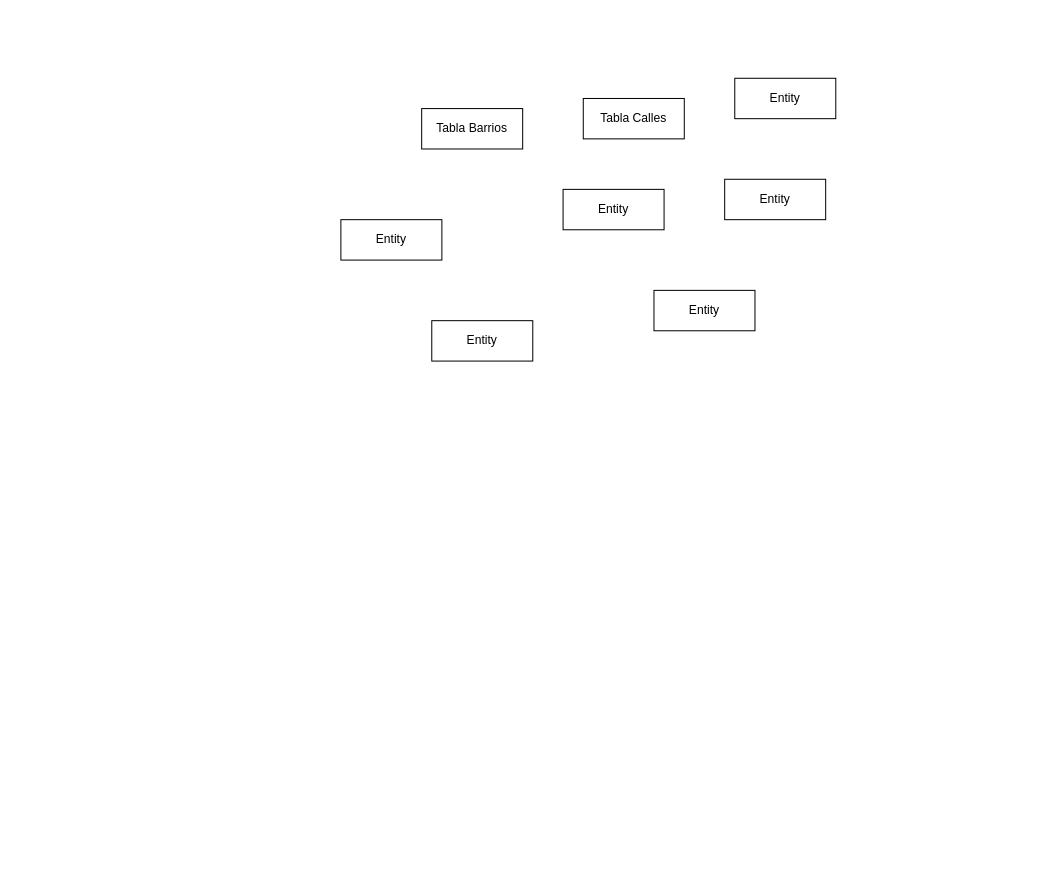
Before: diseno_entidad_relacion.drawio in hollyredfield/dam1, a draw.io diagram. Source tidied: cells renumbered, new cells numbered last; positions are measured from the earlier drawing's top-left corner, leaving out a move shared by most shapes. Both pictures are drawn from the tidied source at 101%, with x=0, y=0 at pixel (340, 78).
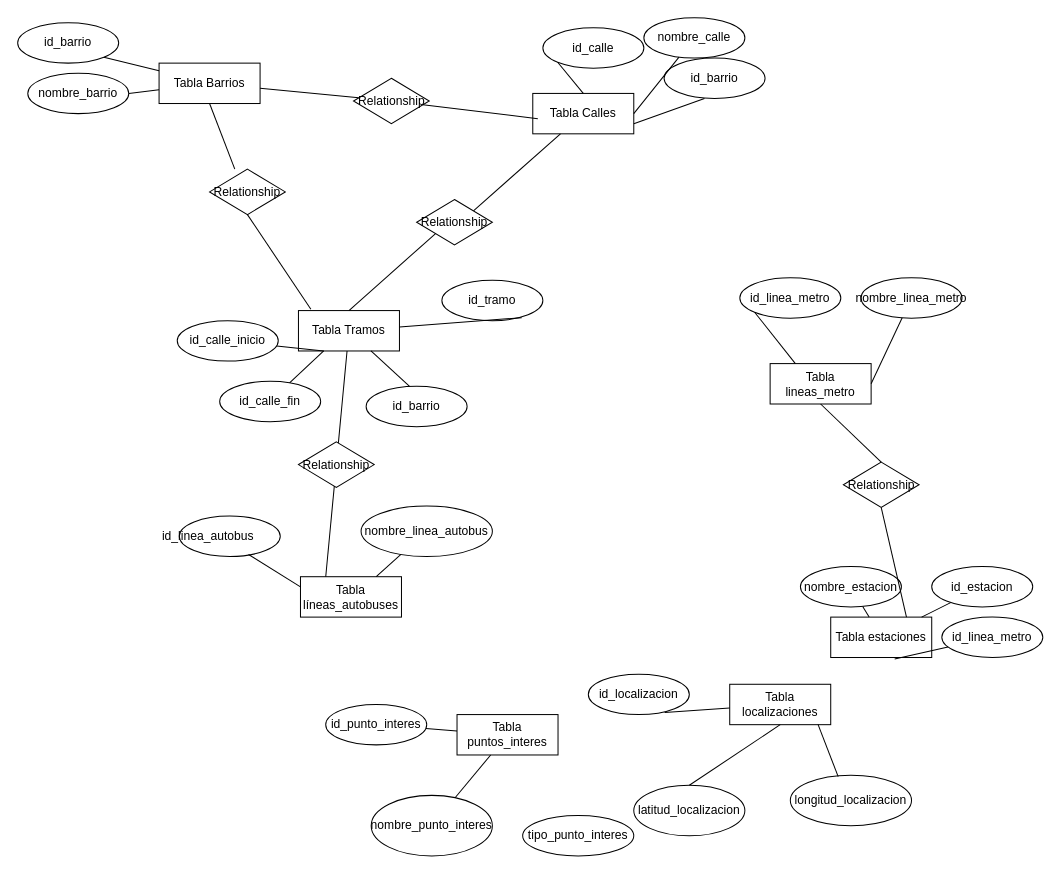
After the change.

Change to the diagram source:
```diff
@@
     <mxCell id="2" value="Tabla Barrios" style="whiteSpace=wrap;html=1;align=center;" parent="1" vertex="1">
-      <mxGeometry x="80" y="30" width="100" height="40" as="geometry" />
+      <mxGeometry x="-180" y="-15" width="100" height="40" as="geometry" />
     </mxCell>
     <mxCell id="3" value="Tabla Calles" style="whiteSpace=wrap;html=1;align=center;" parent="1" vertex="1">
-      <mxGeometry x="240" y="20" width="100" height="40" as="geometry" />
+      <mxGeometry x="190" y="15" width="100" height="40" as="geometry" />
     </mxCell>
-    <mxCell id="4" value="Entity" style="whiteSpace=wrap;html=1;align=center;" parent="1" vertex="1">
-      <mxGeometry x="380" y="100" width="100" height="40" as="geometry" />
+    <mxCell id="4" value="Tabla estaciones" style="whiteSpace=wrap;html=1;align=center;" parent="1" vertex="1">
+      <mxGeometry x="485" y="533.5" width="100" height="40" as="geometry" />
     </mxCell>
-    <mxCell id="5" value="Entity" style="whiteSpace=wrap;html=1;align=center;" parent="1" vertex="1">
-      <mxGeometry x="220" y="110" width="100" height="40" as="geometry" />
+    <mxCell id="5" value="Tabla lineas_metro" style="whiteSpace=wrap;html=1;align=center;" parent="1" vertex="1">
+      <mxGeometry x="425" y="282.5" width="100" height="40" as="geometry" />
     </mxCell>
-    <mxCell id="6" value="Entity" style="whiteSpace=wrap;html=1;align=center;" parent="1" vertex="1">
-      <mxGeometry y="140" width="100" height="40" as="geometry" />
+    <mxCell id="6" value="Tabla líneas_autobuses" style="whiteSpace=wrap;html=1;align=center;" parent="1" vertex="1">
+      <mxGeometry x="-40" y="493.5" width="100" height="40" as="geometry" />
     </mxCell>
-    <mxCell id="7" value="Entity" style="whiteSpace=wrap;html=1;align=center;" parent="1" vertex="1">
-      <mxGeometry x="90" y="240" width="100" height="40" as="geometry" />
+    <mxCell id="7" value="Tabla puntos_interes" style="whiteSpace=wrap;html=1;align=center;" parent="1" vertex="1">
+      <mxGeometry x="115" y="630" width="100" height="40" as="geometry" />
     </mxCell>
-    <mxCell id="8" value="Entity" style="whiteSpace=wrap;html=1;align=center;" parent="1" vertex="1">
-      <mxGeometry x="310" y="210" width="100" height="40" as="geometry" />
+    <mxCell id="8" value="Tabla localizaciones" style="whiteSpace=wrap;html=1;align=center;" parent="1" vertex="1">
+      <mxGeometry x="385" y="600" width="100" height="40" as="geometry" />
     </mxCell>
-    <mxCell id="9" value="Entity" style="whiteSpace=wrap;html=1;align=center;" parent="1" vertex="1">
-      <mxGeometry x="390" width="100" height="40" as="geometry" />
+    <mxCell id="9" value="Tabla Tramos" style="whiteSpace=wrap;html=1;align=center;" parent="1" vertex="1">
+      <mxGeometry x="-42" y="230" width="100" height="40" as="geometry" />
     </mxCell>
+    <mxCell id="10" value="id_barrio" style="ellipse;whiteSpace=wrap;html=1;align=center;" parent="1" vertex="1">
+      <mxGeometry x="-320" y="-55" width="100" height="40" as="geometry" />
+    </mxCell>
+    <mxCell id="11" value="nombre_barrio" style="ellipse;whiteSpace=wrap;html=1;align=center;" parent="1" vertex="1">
+      <mxGeometry x="-310" y="-5" width="100" height="40" as="geometry" />
+    </mxCell>
+    <mxCell id="12" value="id_calle" style="ellipse;whiteSpace=wrap;html=1;align=center;" parent="1" vertex="1">
+      <mxGeometry x="200" y="-50" width="100" height="40" as="geometry" />
+    </mxCell>
+    <mxCell id="13" value="nombre_calle" style="ellipse;whiteSpace=wrap;html=1;align=center;" parent="1" vertex="1">
+      <mxGeometry x="300" y="-60" width="100" height="40" as="geometry" />
+    </mxCell>
+    <mxCell id="14" value="id_barrio" style="ellipse;whiteSpace=wrap;html=1;align=center;" parent="1" vertex="1">
+      <mxGeometry x="320" y="-20" width="100" height="40" as="geometry" />
+    </mxCell>
+    <mxCell id="15" value="id_tramo" style="ellipse;whiteSpace=wrap;html=1;align=center;" parent="1" vertex="1">
+      <mxGeometry x="100" y="200" width="100" height="40" as="geometry" />
+    </mxCell>
+    <mxCell id="16" value="id_barrio" style="ellipse;whiteSpace=wrap;html=1;align=center;" parent="1" vertex="1">
+      <mxGeometry x="25" y="305" width="100" height="40" as="geometry" />
+    </mxCell>
+    <mxCell id="17" value="id_calle_fin" style="ellipse;whiteSpace=wrap;html=1;align=center;" parent="1" vertex="1">
+      <mxGeometry x="-120" y="300" width="100" height="40" as="geometry" />
+    </mxCell>
+    <mxCell id="18" value="id_calle_inicio" style="ellipse;whiteSpace=wrap;html=1;align=center;" parent="1" vertex="1">
+      <mxGeometry x="-162" y="240" width="100" height="40" as="geometry" />
+    </mxCell>
+    <mxCell id="19" value="id_linea_autobus&lt;span style=&quot;white-space: pre;&quot;&gt;&#9;&lt;/span&gt;&lt;span style=&quot;white-space: pre;&quot;&gt;&#9;&lt;/span&gt;" style="ellipse;whiteSpace=wrap;html=1;align=center;" parent="1" vertex="1">
+      <mxGeometry x="-160" y="433.5" width="100" height="40" as="geometry" />
+    </mxCell>
+    <mxCell id="20" value="nombre_linea_autobus" style="ellipse;whiteSpace=wrap;html=1;align=center;" parent="1" vertex="1">
+      <mxGeometry x="20" y="423.5" width="130" height="50" as="geometry" />
+    </mxCell>
+    <mxCell id="21" value="id_linea_metro" style="ellipse;whiteSpace=wrap;html=1;align=center;" parent="1" vertex="1">
+      <mxGeometry x="395" y="197.5" width="100" height="40" as="geometry" />
+    </mxCell>
+    <mxCell id="22" value="nombre_linea_metro" style="ellipse;whiteSpace=wrap;html=1;align=center;" parent="1" vertex="1">
+      <mxGeometry x="515" y="197.5" width="100" height="40" as="geometry" />
+    </mxCell>
+    <mxCell id="23" value="nombre_estacion" style="ellipse;whiteSpace=wrap;html=1;align=center;" parent="1" vertex="1">
+      <mxGeometry x="455" y="483.5" width="100" height="40" as="geometry" />
+    </mxCell>
+    <mxCell id="24" value="id_estacion" style="ellipse;whiteSpace=wrap;html=1;align=center;" parent="1" vertex="1">
+      <mxGeometry x="585" y="483.5" width="100" height="40" as="geometry" />
+    </mxCell>
+    <mxCell id="25" value="id_linea_metro" style="ellipse;whiteSpace=wrap;html=1;align=center;" parent="1" vertex="1">
+      <mxGeometry x="595" y="533.5" width="100" height="40" as="geometry" />
+    </mxCell>
+    <mxCell id="26" value="nombre_punto_interes" style="ellipse;whiteSpace=wrap;html=1;align=center;" parent="1" vertex="1">
+      <mxGeometry x="30" y="710" width="120" height="60" as="geometry" />
+    </mxCell>
+    <mxCell id="27" value="id_punto_interes" style="ellipse;whiteSpace=wrap;html=1;align=center;" parent="1" vertex="1">
+      <mxGeometry x="-15" y="620" width="100" height="40" as="geometry" />
+    </mxCell>
+    <mxCell id="28" value="tipo_punto_interes" style="ellipse;whiteSpace=wrap;html=1;align=center;" parent="1" vertex="1">
+      <mxGeometry x="180" y="730" width="110" height="40" as="geometry" />
+    </mxCell>
+    <mxCell id="29" value="latitud_localizacion" style="ellipse;whiteSpace=wrap;html=1;align=center;" parent="1" vertex="1">
+      <mxGeometry x="290" y="700" width="110" height="50" as="geometry" />
+    </mxCell>
+    <mxCell id="30" value="longitud_localizacion" style="ellipse;whiteSpace=wrap;html=1;align=center;" parent="1" vertex="1">
+      <mxGeometry x="445" y="690" width="120" height="50" as="geometry" />
+    </mxCell>
+    <mxCell id="31" value="id_localizacion" style="ellipse;whiteSpace=wrap;html=1;align=center;" parent="1" vertex="1">
+      <mxGeometry x="245" y="590" width="100" height="40" as="geometry" />
+    </mxCell>
+    <mxCell id="32" style="endArrow=none;html=1;rounded=0;exitX=1;exitY=1;exitDx=0;exitDy=0;" parent="1" edge="1" source="10" target="2">
+      <mxGeometry relative="1" as="geometry" />
+    </mxCell>
+    <mxCell id="33" style="endArrow=none;html=1;rounded=0;exitX=1;exitY=0.5;exitDx=0;exitDy=0;" parent="1" edge="1" source="11" target="2">
+      <mxGeometry relative="1" as="geometry" />
+    </mxCell>
+    <mxCell id="34" style="endArrow=none;html=1;rounded=0;exitX=0;exitY=1;exitDx=0;exitDy=0;entryX=0.5;entryY=0;entryDx=0;entryDy=0;" parent="1" edge="1" source="12" target="3">
+      <mxGeometry relative="1" as="geometry" />
+    </mxCell>
+    <mxCell id="35" style="endArrow=none;html=1;rounded=0;entryX=1;entryY=0.5;entryDx=0;entryDy=0;" parent="1" edge="1" source="13" target="3">
+      <mxGeometry relative="1" as="geometry" />
+    </mxCell>
+    <mxCell id="36" style="endArrow=none;html=1;rounded=0;entryX=1;entryY=0.75;entryDx=0;entryDy=0;exitX=0.4;exitY=1;exitDx=0;exitDy=0;exitPerimeter=0;" parent="1" edge="1" source="14" target="3">
+      <mxGeometry relative="1" as="geometry" />
+    </mxCell>
+    <mxCell id="37" style="endArrow=none;html=1;rounded=0;exitX=0.25;exitY=1;exitDx=0;exitDy=0;" parent="1" edge="1" source="9" target="18">
+      <mxGeometry relative="1" as="geometry" />
+    </mxCell>
+    <mxCell id="38" style="endArrow=none;html=1;rounded=0;exitX=0.25;exitY=1;exitDx=0;exitDy=0;" parent="1" edge="1" source="9" target="17">
+      <mxGeometry relative="1" as="geometry" />
+    </mxCell>
+    <mxCell id="39" style="endArrow=none;html=1;rounded=0;exitX=0.43;exitY=0;exitDx=0;exitDy=0;exitPerimeter=0;" parent="1" edge="1" source="16" target="9">
+      <mxGeometry relative="1" as="geometry" />
+    </mxCell>
+    <mxCell id="40" style="endArrow=none;html=1;rounded=0;entryX=0.79;entryY=0.925;entryDx=0;entryDy=0;entryPerimeter=0;" parent="1" edge="1" source="9" target="15">
+      <mxGeometry relative="1" as="geometry" />
+    </mxCell>
+    <mxCell id="41" style="endArrow=none;html=1;rounded=0;exitX=0.686;exitY=0.949;exitDx=0;exitDy=0;exitPerimeter=0;entryX=0;entryY=0.25;entryDx=0;entryDy=0;" parent="1" edge="1" source="19" target="6">
+      <mxGeometry relative="1" as="geometry" />
+    </mxCell>
+    <mxCell id="42" style="endArrow=none;html=1;rounded=0;entryX=0.75;entryY=0;entryDx=0;entryDy=0;" parent="1" edge="1" source="20" target="6">
+      <mxGeometry relative="1" as="geometry" />
+    </mxCell>
+    <mxCell id="43" style="endArrow=none;html=1;rounded=0;exitX=0;exitY=1;exitDx=0;exitDy=0;entryX=0.25;entryY=0;entryDx=0;entryDy=0;" parent="1" edge="1" source="21" target="5">
+      <mxGeometry relative="1" as="geometry" />
+    </mxCell>
+    <mxCell id="44" style="endArrow=none;html=1;rounded=0;entryX=1;entryY=0.5;entryDx=0;entryDy=0;" parent="1" edge="1" source="22" target="5">
+      <mxGeometry relative="1" as="geometry" />
+    </mxCell>
+    <mxCell id="45" style="endArrow=none;html=1;rounded=0;" parent="1" edge="1" source="23" target="4">
+      <mxGeometry relative="1" as="geometry" />
+    </mxCell>
+    <mxCell id="46" style="endArrow=none;html=1;rounded=0;" parent="1" edge="1" source="24" target="4">
+      <mxGeometry relative="1" as="geometry" />
+    </mxCell>
+    <mxCell id="47" style="endArrow=none;html=1;rounded=0;entryX=0.633;entryY=1.037;entryDx=0;entryDy=0;entryPerimeter=0;" parent="1" edge="1" source="25" target="4">
+      <mxGeometry relative="1" as="geometry" />
+    </mxCell>
+    <mxCell id="48" style="endArrow=none;html=1;rounded=0;" parent="1" edge="1" source="7" target="27">
+      <mxGeometry relative="1" as="geometry" />
+    </mxCell>
+    <mxCell id="49" style="endArrow=none;html=1;rounded=0;" parent="1" edge="1" source="7" target="26">
+      <mxGeometry relative="1" as="geometry" />
+    </mxCell>
+    <mxCell id="50" style="endArrow=none;html=1;rounded=0;exitX=0.756;exitY=0.949;exitDx=0;exitDy=0;exitPerimeter=0;" parent="1" edge="1" source="31" target="8">
+      <mxGeometry relative="1" as="geometry" />
+    </mxCell>
+    <mxCell id="51" style="endArrow=none;html=1;rounded=0;exitX=0.5;exitY=0;exitDx=0;exitDy=0;entryX=0.5;entryY=1;entryDx=0;entryDy=0;" parent="1" edge="1" source="29" target="8">
+      <mxGeometry relative="1" as="geometry" />
+    </mxCell>
+    <mxCell id="52" style="endArrow=none;html=1;rounded=0;exitX=0.395;exitY=0.029;exitDx=0;exitDy=0;entryX=0.874;entryY=0.993;entryDx=0;entryDy=0;entryPerimeter=0;exitPerimeter=0;" parent="1" edge="1" source="30" target="8">
+      <mxGeometry relative="1" as="geometry" />
+    </mxCell>
+    <mxCell id="53" value="Relationship" style="shape=rhombus;perimeter=rhombusPerimeter;whiteSpace=wrap;html=1;align=center;" parent="1" vertex="1">
+      <mxGeometry x="12.5" width="75" height="45" as="geometry" />
+    </mxCell>
+    <mxCell id="54" style="endArrow=none;html=1;rounded=0;" parent="1" edge="1" source="2" target="53">
+      <mxGeometry relative="1" as="geometry" />
+    </mxCell>
+    <mxCell id="55" style="endArrow=none;html=1;rounded=0;" parent="1" edge="1" source="53">
+      <mxGeometry relative="1" as="geometry">
+        <mxPoint x="195" y="40" as="targetPoint" />
+      </mxGeometry>
+    </mxCell>
+    <mxCell id="56" style="endArrow=none;html=1;rounded=0;entryX=1;entryY=0;entryDx=0;entryDy=0;" parent="1" edge="1" source="3" target="57">
+      <mxGeometry relative="1" as="geometry" />
+    </mxCell>
+    <mxCell id="57" value="Relationship" style="shape=rhombus;perimeter=rhombusPerimeter;whiteSpace=wrap;html=1;align=center;" parent="1" vertex="1">
+      <mxGeometry x="75" y="120" width="75" height="45" as="geometry" />
+    </mxCell>
+    <mxCell id="58" style="endArrow=none;html=1;rounded=0;entryX=0.5;entryY=0;entryDx=0;entryDy=0;exitX=0;exitY=1;exitDx=0;exitDy=0;" parent="1" edge="1" source="57" target="9">
+      <mxGeometry relative="1" as="geometry" />
+    </mxCell>
+    <mxCell id="59" value="Relationship" style="shape=rhombus;perimeter=rhombusPerimeter;whiteSpace=wrap;html=1;align=center;" parent="1" vertex="1">
+      <mxGeometry x="-130" y="90" width="75" height="45" as="geometry" />
+    </mxCell>
+    <mxCell id="60" style="endArrow=none;html=1;rounded=0;exitX=0.5;exitY=1;exitDx=0;exitDy=0;entryX=0.333;entryY=0;entryDx=0;entryDy=0;entryPerimeter=0;" parent="1" edge="1" source="2" target="59">
+      <mxGeometry relative="1" as="geometry" />
+    </mxCell>
+    <mxCell id="61" style="endArrow=none;html=1;rounded=0;exitX=0.5;exitY=1;exitDx=0;exitDy=0;entryX=0.123;entryY=-0.032;entryDx=0;entryDy=0;entryPerimeter=0;" parent="1" edge="1" source="59" target="9">
+      <mxGeometry relative="1" as="geometry" />
+    </mxCell>
+    <mxCell id="62" style="endArrow=none;html=1;rounded=0;exitX=0.5;exitY=1;exitDx=0;exitDy=0;entryX=0.5;entryY=0;entryDx=0;entryDy=0;" parent="1" edge="1" source="5" target="63">
+      <mxGeometry relative="1" as="geometry" />
+    </mxCell>
+    <mxCell id="63" value="Relationship" style="shape=rhombus;perimeter=rhombusPerimeter;whiteSpace=wrap;html=1;align=center;" parent="1" vertex="1">
+      <mxGeometry x="497.5" y="380" width="75" height="45" as="geometry" />
+    </mxCell>
+    <mxCell id="64" style="endArrow=none;html=1;rounded=0;exitX=0.5;exitY=1;exitDx=0;exitDy=0;entryX=0.75;entryY=0;entryDx=0;entryDy=0;" parent="1" edge="1" source="63" target="4">
+      <mxGeometry relative="1" as="geometry" />
+    </mxCell>
+    <mxCell id="65" style="endArrow=none;html=1;rounded=0;" parent="1" edge="1" source="9" target="66">
+      <mxGeometry relative="1" as="geometry" />
+    </mxCell>
+    <mxCell id="66" value="Relationship" style="shape=rhombus;perimeter=rhombusPerimeter;whiteSpace=wrap;html=1;align=center;" parent="1" vertex="1">
+      <mxGeometry x="-42" y="360" width="75" height="45" as="geometry" />
+    </mxCell>
+    <mxCell id="67" style="endArrow=none;html=1;rounded=0;entryX=0.25;entryY=0;entryDx=0;entryDy=0;" parent="1" edge="1" source="66" target="6">
+      <mxGeometry relative="1" as="geometry" />
+    </mxCell>
```
